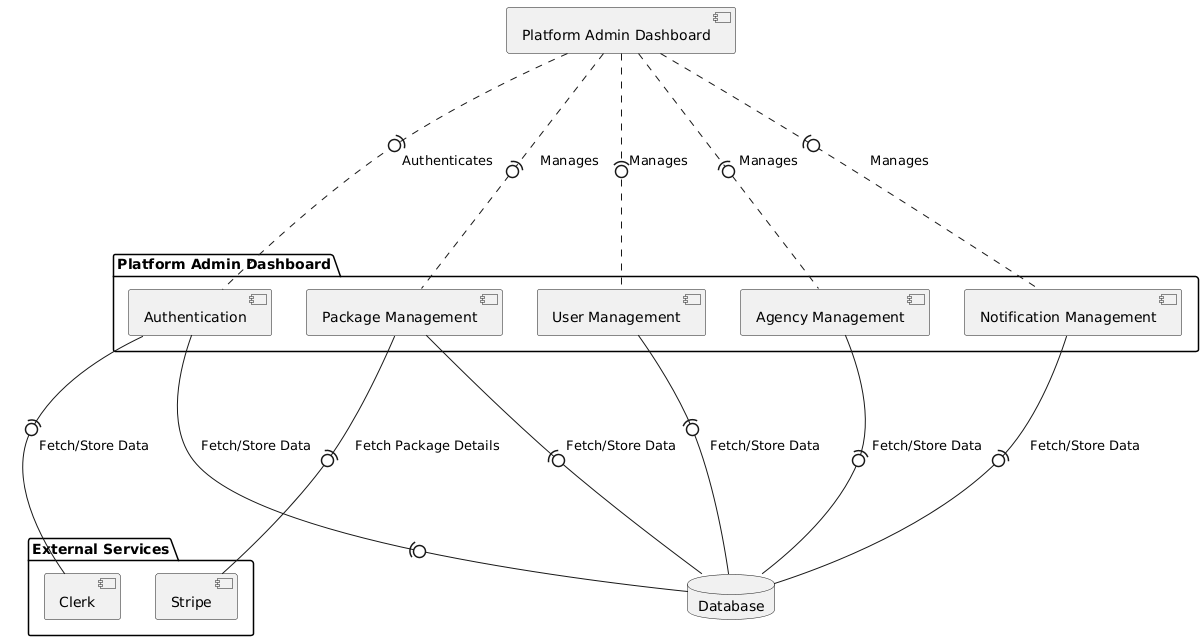
Before: documentation/component-diagram/admin.png, a diagram exported from PlantUML (phyziyx/luminae). Its source is kept beside it as documentation/component-diagram/admin.puml. Source of this version:
```plantuml
@startuml
component "Platform Admin Dashboard" as PlatformAdmin

package "Platform Admin Dashboard" {
    component "Authentication" as Authentication
    component "Agency Management" as AgencyManagement
    component "Package Management" as SubscriptionManagement
    component "Notification Management" as NotificationManagement
    component "User Management" as UserManagement
}

database "Database" as DB

package "External Services" {
  component "Clerk" as Clerk
  component "Stripe" as Stripe
}

PlatformAdmin ..(0-- Authentication : Authenticates
PlatformAdmin ..(0-- AgencyManagement : Manages
PlatformAdmin ..(0-- SubscriptionManagement : Manages
PlatformAdmin ..(0-- NotificationManagement : Manages
PlatformAdmin ..(0-- UserManagement : Manages

Authentication --(0-- DB : Fetch/Store Data
Authentication --(0-- Clerk : Fetch/Store Data
AgencyManagement --(0-- DB : Fetch/Store Data
SubscriptionManagement --(0-- DB : Fetch/Store Data
SubscriptionManagement --(0-- Stripe : Fetch Package Details
NotificationManagement --(0-- DB : Fetch/Store Data
UserManagement --(0-- DB : Fetch/Store Data

@enduml
```
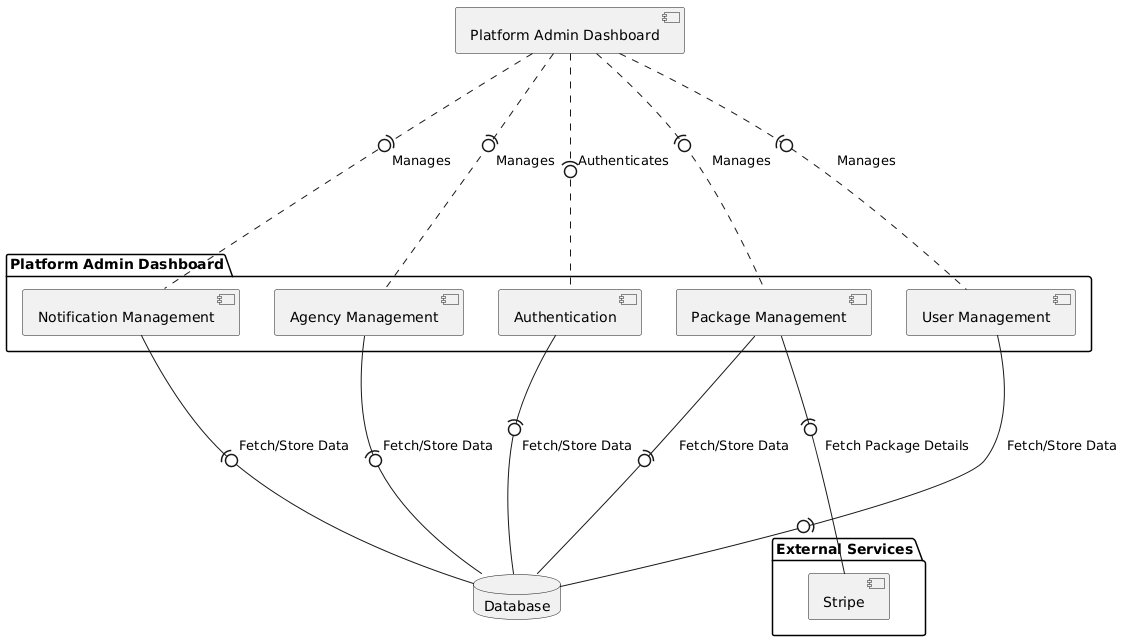
After the change.

The edit, as a diff of the source:
```diff
@@ -1,4 +1,4 @@
-@startuml
+@startuml admin
 component "Platform Admin Dashboard" as PlatformAdmin
 
 package "Platform Admin Dashboard" {
@@ -12,7 +12,6 @@
 database "Database" as DB
 
 package "External Services" {
-  component "Clerk" as Clerk
   component "Stripe" as Stripe
 }
 
@@ -23,7 +22,6 @@
 PlatformAdmin ..(0-- UserManagement : Manages
 
 Authentication --(0-- DB : Fetch/Store Data
-Authentication --(0-- Clerk : Fetch/Store Data
 AgencyManagement --(0-- DB : Fetch/Store Data
 SubscriptionManagement --(0-- DB : Fetch/Store Data
 SubscriptionManagement --(0-- Stripe : Fetch Package Details
```
